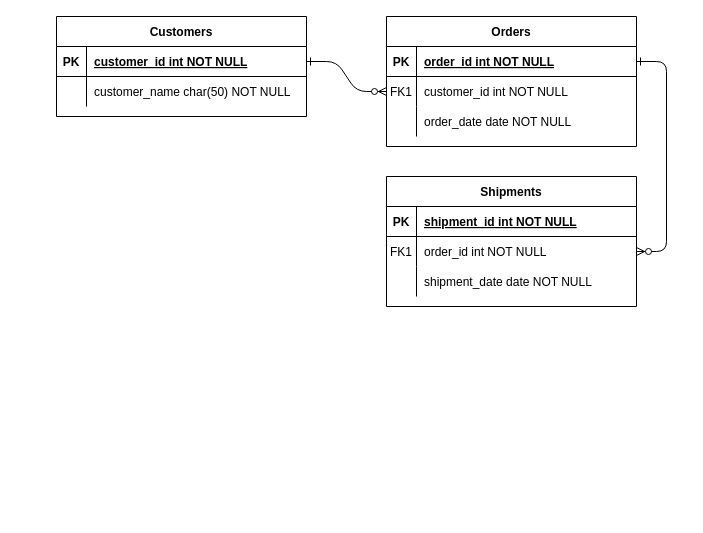
The draw.io diagram ERD.drawio in lwangmy-12/ERD, before the edit. Source tidied: cells renumbered, new cells numbered last; positions are measured from the earlier drawing's top-left corner, leaving out a move shared by most shapes. Both pictures are drawn from the tidied source at 100%, with x=0, y=0 at pixel (56, 16).
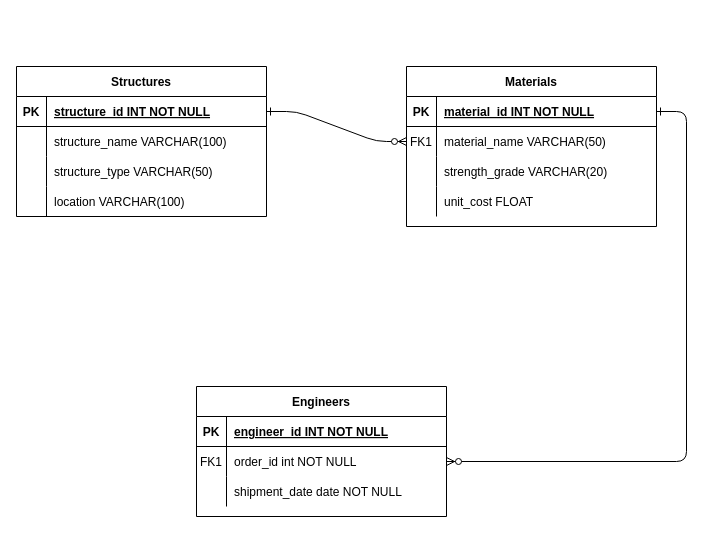
Above is the later version.

The change refers to these unchanged cells:
```xml
<mxCell id="5" style="shape=partialRectangle;fillColor=none;points=[[0,0.5],[1,0.5]];portConstraint=eastwest;top=0;left=0;right=0;bottom=1;" parent="4" vertex="1">
  <mxGeometry y="30" width="250" height="30" as="geometry" />
</mxCell>
<mxCell id="8" style="shape=partialRectangle;fillColor=none;points=[[0,0.5],[1,0.5]];portConstraint=eastwest;top=0;left=0;right=0;bottom=0;" parent="4" vertex="1">
  <mxGeometry y="60" width="250" height="30" as="geometry" />
</mxCell>
<mxCell id="11" style="shape=partialRectangle;fillColor=none;top=0;left=0;right=0;bottom=0;" parent="4" vertex="1">
  <mxGeometry y="90" width="250" height="30" as="geometry" />
</mxCell>
<mxCell id="15" style="shape=partialRectangle;fillColor=none;top=0;left=0;right=0;bottom=1;" parent="14" vertex="1">
  <mxGeometry y="30" width="250" height="30" as="geometry" />
</mxCell>
```

Change to the diagram source:
```diff
@@
-    <mxCell id="4" value="Orders" style="shape=table;startSize=30;childLayout=tableLayout;rowLines=0;fontStyle=1;align=center;" parent="1" vertex="1">
-      <mxGeometry x="330" width="250" height="130" as="geometry" />
+    <mxCell id="4" value="Materials" style="shape=table;startSize=30;childLayout=tableLayout;rowLines=0;fontStyle=1;align=center;" parent="1" vertex="1">
+      <mxGeometry x="350" y="50" width="250" height="160" as="geometry" />
     </mxCell>
@@
-    <mxCell id="7" value="order_id int NOT NULL " style="shape=partialRectangle;overflow=hidden;fillColor=none;top=0;left=0;bottom=0;right=0;align=left;spacingLeft=6;fontStyle=5;" parent="5" vertex="1">
+    <mxCell id="7" value="material_id INT NOT NULL" style="shape=partialRectangle;overflow=hidden;fillColor=none;top=0;left=0;bottom=0;right=0;align=left;spacingLeft=6;fontStyle=5;" parent="5" vertex="1">
       <mxGeometry x="30" width="220" height="30" as="geometry" />
     </mxCell>
@@
-    <mxCell id="10" value="customer_id int NOT NULL" style="shape=partialRectangle;overflow=hidden;fillColor=none;top=0;left=0;bottom=0;right=0;align=left;spacingLeft=6;" parent="8" vertex="1">
+    <mxCell id="10" value="material_name VARCHAR(50)" style="shape=partialRectangle;overflow=hidden;fillColor=none;top=0;left=0;bottom=0;right=0;align=left;spacingLeft=6;" parent="8" vertex="1">
       <mxGeometry x="30" width="220" height="30" as="geometry" />
     </mxCell>
@@
-    <mxCell id="13" value="order_date date NOT NULL" style="shape=partialRectangle;overflow=hidden;fillColor=none;top=0;left=0;bottom=0;right=0;align=left;spacingLeft=6;" parent="11" vertex="1">
+    <mxCell id="13" value="strength_grade VARCHAR(20)" style="shape=partialRectangle;overflow=hidden;fillColor=none;top=0;left=0;bottom=0;right=0;align=left;spacingLeft=6;" parent="11" vertex="1">
       <mxGeometry x="30" width="220" height="30" as="geometry" />
     </mxCell>
+    <mxCell id="31" style="shape=partialRectangle;fillColor=none;top=0;left=0;right=0;bottom=0;" parent="4" vertex="1">
+      <mxGeometry y="120" width="250" height="30" as="geometry" />
+    </mxCell>
+    <mxCell id="32" style="shape=partialRectangle;overflow=hidden;fillColor=none;top=0;left=0;bottom=0;right=0;" parent="31" vertex="1">
+      <mxGeometry width="30" height="30" as="geometry" />
+    </mxCell>
+    <mxCell id="33" value="unit_cost FLOAT" style="shape=partialRectangle;overflow=hidden;fillColor=none;top=0;left=0;bottom=0;right=0;align=left;spacingLeft=6;" parent="31" vertex="1">
+      <mxGeometry x="30" width="220" height="30" as="geometry" />
+    </mxCell>
+    <mxCell id="24" value="Structures" style="shape=table;startSize=30;childLayout=tableLayout;rowLines=0;fontStyle=1;align=center;" parent="1" vertex="1">
+      <mxGeometry x="-40" y="50" width="250" height="150" as="geometry" />
+    </mxCell>
+    <mxCell id="25" style="shape=partialRectangle;fillColor=none;points=[[0,0.5],[1,0.5]];portConstraint=eastwest;top=0;left=0;right=0;bottom=1;" parent="24" vertex="1">
+      <mxGeometry y="30" width="250" height="30" as="geometry" />
+    </mxCell>
+    <mxCell id="26" value="PK" style="shape=partialRectangle;overflow=hidden;fillColor=none;top=0;left=0;bottom=0;right=0;fontStyle=1;" parent="25" vertex="1">
+      <mxGeometry width="30" height="30" as="geometry" />
+    </mxCell>
+    <mxCell id="27" value="structure_id INT NOT NULL " style="shape=partialRectangle;overflow=hidden;fillColor=none;top=0;left=0;bottom=0;right=0;align=left;spacingLeft=6;fontStyle=5;" parent="25" vertex="1">
+      <mxGeometry x="30" width="220" height="30" as="geometry" />
+    </mxCell>
+    <mxCell id="28" style="shape=partialRectangle;fillColor=none;top=0;left=0;right=0;bottom=0;" parent="24" vertex="1">
+      <mxGeometry y="60" width="250" height="30" as="geometry" />
+    </mxCell>
+    <mxCell id="29" style="shape=partialRectangle;overflow=hidden;fillColor=none;top=0;left=0;bottom=0;right=0;" parent="28" vertex="1">
+      <mxGeometry width="30" height="30" as="geometry" />
+    </mxCell>
+    <mxCell id="30" value="structure_name VARCHAR(100)" style="shape=partialRectangle;overflow=hidden;fillColor=none;top=0;left=0;bottom=0;right=0;align=left;spacingLeft=6;" parent="28" vertex="1">
+      <mxGeometry x="30" width="220" height="30" as="geometry" />
+    </mxCell>
+    <mxCell id="34" style="shape=partialRectangle;fillColor=none;top=0;left=0;right=0;bottom=0;" parent="24" vertex="1">
+      <mxGeometry y="90" width="250" height="30" as="geometry" />
+    </mxCell>
+    <mxCell id="35" style="shape=partialRectangle;overflow=hidden;fillColor=none;top=0;left=0;bottom=0;right=0;" parent="34" vertex="1">
+      <mxGeometry width="30" height="30" as="geometry" />
+    </mxCell>
+    <mxCell id="36" value="structure_type VARCHAR(50)" style="shape=partialRectangle;overflow=hidden;fillColor=none;top=0;left=0;bottom=0;right=0;align=left;spacingLeft=6;" parent="34" vertex="1">
+      <mxGeometry x="30" width="220" height="30" as="geometry" />
+    </mxCell>
+    <mxCell id="37" style="shape=partialRectangle;fillColor=none;top=0;left=0;right=0;bottom=0;" parent="24" vertex="1">
+      <mxGeometry y="120" width="250" height="30" as="geometry" />
+    </mxCell>
+    <mxCell id="38" style="shape=partialRectangle;overflow=hidden;fillColor=none;top=0;left=0;bottom=0;right=0;" parent="37" vertex="1">
+      <mxGeometry width="30" height="30" as="geometry" />
+    </mxCell>
+    <mxCell id="39" value="location VARCHAR(100)" style="shape=partialRectangle;overflow=hidden;fillColor=none;top=0;left=0;bottom=0;right=0;align=left;spacingLeft=6;" parent="37" vertex="1">
+      <mxGeometry x="30" width="220" height="30" as="geometry" />
+    </mxCell>
-    <mxCell id="14" value="Shipments" style="shape=table;startSize=30;childLayout=tableLayout;rowLines=0;fontStyle=1;align=center;" parent="1" vertex="1">
-      <mxGeometry x="330" y="160" width="250" height="130" as="geometry" />
+    <mxCell id="14" value="Engineers" style="shape=table;startSize=30;childLayout=tableLayout;rowLines=0;fontStyle=1;align=center;" parent="1" vertex="1">
+      <mxGeometry x="140" y="370" width="250" height="130" as="geometry" />
     </mxCell>
@@
-    <mxCell id="17" value="shipment_id int NOT NULL " style="shape=partialRectangle;overflow=hidden;fillColor=none;top=0;left=0;bottom=0;right=0;align=left;spacingLeft=6;fontStyle=5;" parent="15" vertex="1">
+    <mxCell id="17" value="engineer_id INT NOT NULL" style="shape=partialRectangle;overflow=hidden;fillColor=none;top=0;left=0;bottom=0;right=0;align=left;spacingLeft=6;fontStyle=5;" parent="15" vertex="1">
       <mxGeometry x="30" width="220" height="30" as="geometry" />
     </mxCell>
@@
-    <mxCell id="24" value="Customers" style="shape=table;startSize=30;childLayout=tableLayout;rowLines=0;fontStyle=1;align=center;" parent="1" vertex="1">
-      <mxGeometry width="250" height="100" as="geometry" />
-    </mxCell>
-    <mxCell id="25" style="shape=partialRectangle;fillColor=none;points=[[0,0.5],[1,0.5]];portConstraint=eastwest;top=0;left=0;right=0;bottom=1;" parent="24" vertex="1">
-      <mxGeometry y="30" width="250" height="30" as="geometry" />
-    </mxCell>
-    <mxCell id="26" value="PK" style="shape=partialRectangle;overflow=hidden;fillColor=none;top=0;left=0;bottom=0;right=0;fontStyle=1;" parent="25" vertex="1">
-      <mxGeometry width="30" height="30" as="geometry" />
-    </mxCell>
-    <mxCell id="27" value="customer_id int NOT NULL " style="shape=partialRectangle;overflow=hidden;fillColor=none;top=0;left=0;bottom=0;right=0;align=left;spacingLeft=6;fontStyle=5;" parent="25" vertex="1">
-      <mxGeometry x="30" width="220" height="30" as="geometry" />
-    </mxCell>
-    <mxCell id="28" style="shape=partialRectangle;fillColor=none;top=0;left=0;right=0;bottom=0;" parent="24" vertex="1">
-      <mxGeometry y="60" width="250" height="30" as="geometry" />
-    </mxCell>
-    <mxCell id="29" style="shape=partialRectangle;overflow=hidden;fillColor=none;top=0;left=0;bottom=0;right=0;" parent="28" vertex="1">
-      <mxGeometry width="30" height="30" as="geometry" />
-    </mxCell>
-    <mxCell id="30" value="customer_name char(50) NOT NULL" style="shape=partialRectangle;overflow=hidden;fillColor=none;top=0;left=0;bottom=0;right=0;align=left;spacingLeft=6;" parent="28" vertex="1">
-      <mxGeometry x="30" width="220" height="30" as="geometry" />
-    </mxCell>
```
